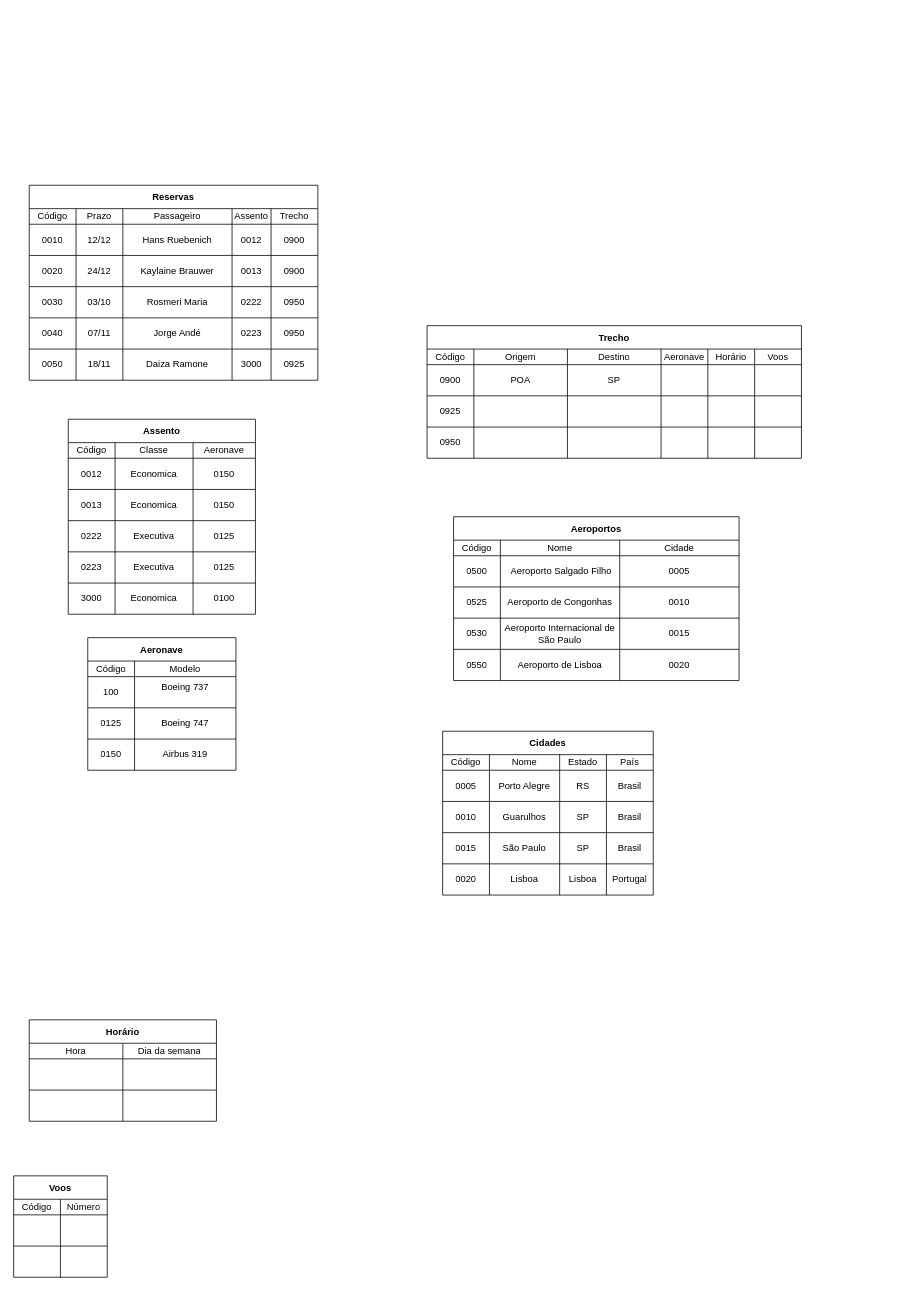
HansRafael/projects keeps this draw.io diagram as Facul/AlgebraLinear.drawio. Above is the earlier version. Source tidied: cells renumbered, new cells numbered last; positions are measured from the earlier drawing's top-left corner, leaving out a move shared by most shapes. Both pictures are drawn from the tidied source at 78%, with x=0, y=0 at pixel (13, 185).
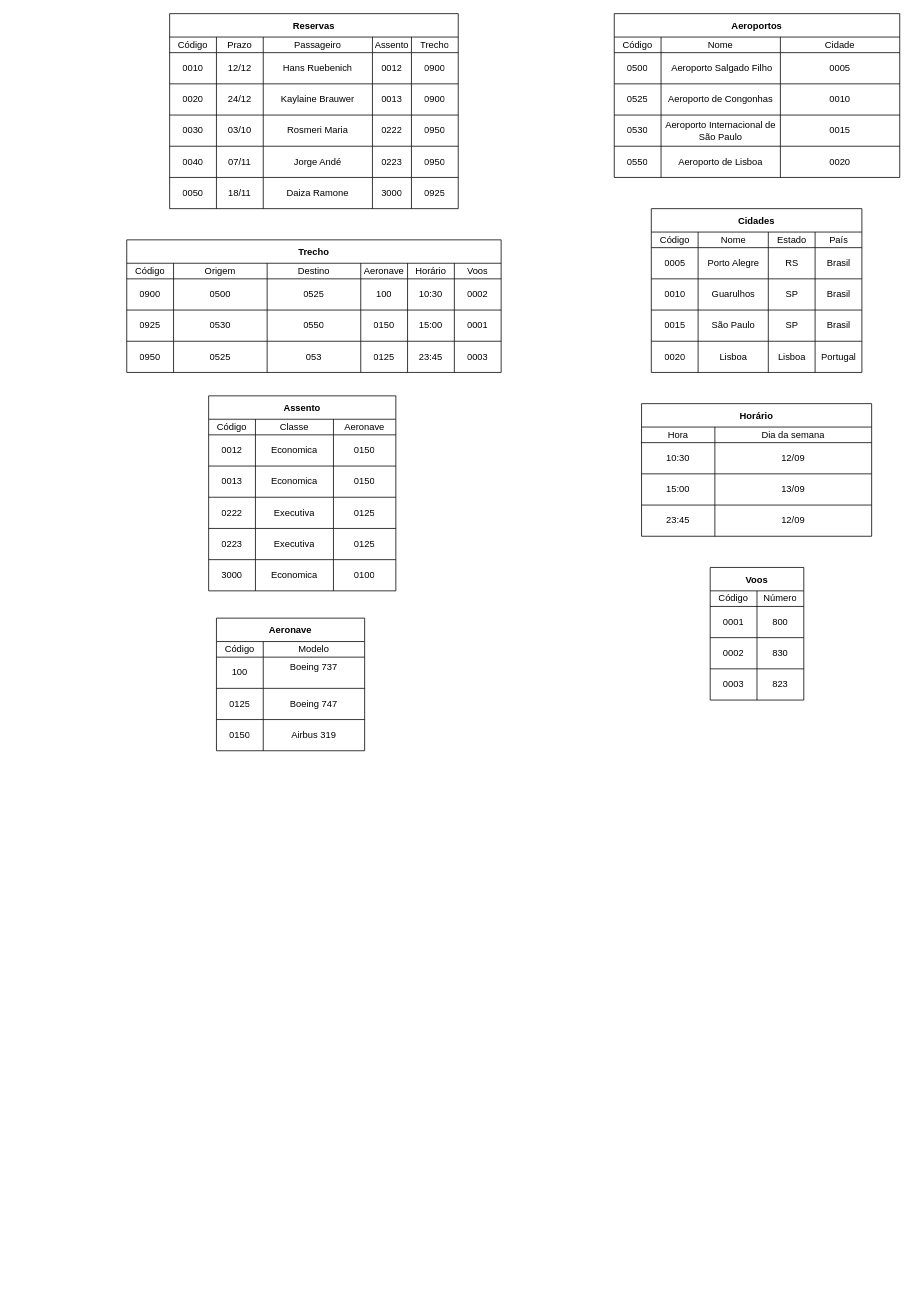
The same diagram, later.

Unchanged cells that the change refers to:
```xml
<mxCell id="56" style="shape=partialRectangle;html=1;whiteSpace=wrap;fillColor=none;top=0;left=0;bottom=0;right=0;" parent="47" vertex="1">
  <mxGeometry y="90" width="240" height="40" as="geometry" />
</mxCell>
<mxCell id="68" style="shape=partialRectangle;html=1;whiteSpace=wrap;fillColor=none;top=0;left=0;bottom=0;right=0;" parent="47" vertex="1">
  <mxGeometry y="210" width="240" height="40" as="geometry" />
</mxCell>
<mxCell id="93" style="shape=partialRectangle;html=1;whiteSpace=wrap;fillColor=none;top=0;left=0;bottom=0;right=0;" parent="85" vertex="1">
  <mxGeometry y="50" width="480" height="40" as="geometry" />
</mxCell>
<mxCell id="100" style="shape=partialRectangle;html=1;whiteSpace=wrap;fillColor=none;top=0;left=0;bottom=0;right=0;" parent="85" vertex="1">
  <mxGeometry y="90" width="480" height="40" as="geometry" />
</mxCell>
<mxCell id="107" style="shape=partialRectangle;html=1;whiteSpace=wrap;fillColor=none;top=0;left=0;bottom=0;right=0;" parent="85" vertex="1">
  <mxGeometry y="130" width="480" height="40" as="geometry" />
</mxCell>
<mxCell id="175" style="shape=partialRectangle;html=1;whiteSpace=wrap;fillColor=none;top=0;left=0;bottom=0;right=0;" parent="171" vertex="1">
  <mxGeometry y="50" width="120" height="40" as="geometry" />
</mxCell>
<mxCell id="178" style="shape=partialRectangle;html=1;whiteSpace=wrap;fillColor=none;top=0;left=0;bottom=0;right=0;" parent="171" vertex="1">
  <mxGeometry y="90" width="120" height="40" as="geometry" />
</mxCell>
```

What changed in the source:
```diff
@@
     <mxCell id="2" value="Reservas" style="shape=table;startSize=30;childLayout=tableLayout;fontStyle=1;align=center;" parent="1" vertex="1">
-      <mxGeometry x="20" width="370" height="250" as="geometry" />
+      <mxGeometry x="200" y="-220" width="370" height="250" as="geometry" />
     </mxCell>
@@
     <mxCell id="47" value="Assento" style="shape=table;startSize=30;childLayout=tableLayout;fontStyle=1;align=center;" parent="1" vertex="1">
-      <mxGeometry x="70" y="300" width="240" height="250" as="geometry" />
+      <mxGeometry x="250" y="270" width="240" height="250" as="geometry" />
     </mxCell>
@@
-    <mxCell id="58" style="shape=partialRectangle;html=1;whiteSpace=wrap;fillColor=none;top=0;left=0;bottom=0;right=0;overflow=hidden;" parent="56" vertex="1">
+    <mxCell id="58" value="Economica" style="shape=partialRectangle;html=1;whiteSpace=wrap;fillColor=none;top=0;left=0;bottom=0;right=0;overflow=hidden;" parent="56" vertex="1">
       <mxGeometry x="60" width="100" height="40" as="geometry" />
     </mxCell>
@@
-    <mxCell id="70" style="shape=partialRectangle;html=1;whiteSpace=wrap;fillColor=none;top=0;left=0;bottom=0;right=0;overflow=hidden;" parent="68" vertex="1">
+    <mxCell id="70" value="Economica" style="shape=partialRectangle;html=1;whiteSpace=wrap;fillColor=none;top=0;left=0;bottom=0;right=0;overflow=hidden;" parent="68" vertex="1">
       <mxGeometry x="60" width="100" height="40" as="geometry" />
     </mxCell>
@@
     <mxCell id="72" value="Aeronave" style="shape=table;startSize=30;childLayout=tableLayout;fontStyle=1;align=center;" parent="1" vertex="1">
-      <mxGeometry x="95" y="580" width="190" height="170" as="geometry" />
+      <mxGeometry x="260" y="555" width="190" height="170" as="geometry" />
     </mxCell>
@@
     <mxCell id="85" value="Trecho" style="shape=table;startSize=30;childLayout=tableLayout;fontStyle=1;align=center;" parent="1" vertex="1">
-      <mxGeometry x="530" y="180" width="480" height="170" as="geometry" />
+      <mxGeometry x="145" y="70" width="480" height="170" as="geometry" />
     </mxCell>
@@
-    <mxCell id="95" value="POA" style="shape=partialRectangle;html=1;whiteSpace=wrap;fillColor=none;top=0;left=0;bottom=0;right=0;overflow=hidden;" parent="93" vertex="1">
+    <mxCell id="95" value="0500" style="shape=partialRectangle;html=1;whiteSpace=wrap;fillColor=none;top=0;left=0;bottom=0;right=0;overflow=hidden;" parent="93" vertex="1">
       <mxGeometry x="60" width="120" height="40" as="geometry" />
     </mxCell>
-    <mxCell id="96" value="SP" style="shape=partialRectangle;html=1;whiteSpace=wrap;fillColor=none;top=0;left=0;bottom=0;right=0;overflow=hidden;" parent="93" vertex="1">
+    <mxCell id="96" value="0525" style="shape=partialRectangle;html=1;whiteSpace=wrap;fillColor=none;top=0;left=0;bottom=0;right=0;overflow=hidden;" parent="93" vertex="1">
       <mxGeometry x="180" width="120" height="40" as="geometry" />
     </mxCell>
-    <mxCell id="97" style="shape=partialRectangle;html=1;whiteSpace=wrap;fillColor=none;top=0;left=0;bottom=0;right=0;overflow=hidden;" parent="93" vertex="1">
+    <mxCell id="97" value="100" style="shape=partialRectangle;html=1;whiteSpace=wrap;fillColor=none;top=0;left=0;bottom=0;right=0;overflow=hidden;" parent="93" vertex="1">
       <mxGeometry x="300" width="60" height="40" as="geometry" />
     </mxCell>
-    <mxCell id="98" style="shape=partialRectangle;html=1;whiteSpace=wrap;fillColor=none;top=0;left=0;bottom=0;right=0;overflow=hidden;" parent="93" vertex="1">
+    <mxCell id="98" value="10:30" style="shape=partialRectangle;html=1;whiteSpace=wrap;fillColor=none;top=0;left=0;bottom=0;right=0;overflow=hidden;" parent="93" vertex="1">
       <mxGeometry x="360" width="60" height="40" as="geometry" />
     </mxCell>
-    <mxCell id="99" style="shape=partialRectangle;html=1;whiteSpace=wrap;fillColor=none;top=0;left=0;bottom=0;right=0;overflow=hidden;" parent="93" vertex="1">
+    <mxCell id="99" value="0002" style="shape=partialRectangle;html=1;whiteSpace=wrap;fillColor=none;top=0;left=0;bottom=0;right=0;overflow=hidden;" parent="93" vertex="1">
       <mxGeometry x="420" width="60" height="40" as="geometry" />
     </mxCell>
@@
-    <mxCell id="102" style="shape=partialRectangle;html=1;whiteSpace=wrap;fillColor=none;top=0;left=0;bottom=0;right=0;overflow=hidden;" parent="100" vertex="1">
+    <mxCell id="102" value="0530" style="shape=partialRectangle;html=1;whiteSpace=wrap;fillColor=none;top=0;left=0;bottom=0;right=0;overflow=hidden;" parent="100" vertex="1">
       <mxGeometry x="60" width="120" height="40" as="geometry" />
     </mxCell>
-    <mxCell id="103" style="shape=partialRectangle;html=1;whiteSpace=wrap;fillColor=none;top=0;left=0;bottom=0;right=0;overflow=hidden;" parent="100" vertex="1">
+    <mxCell id="103" value="0550" style="shape=partialRectangle;html=1;whiteSpace=wrap;fillColor=none;top=0;left=0;bottom=0;right=0;overflow=hidden;" parent="100" vertex="1">
       <mxGeometry x="180" width="120" height="40" as="geometry" />
     </mxCell>
-    <mxCell id="104" style="shape=partialRectangle;html=1;whiteSpace=wrap;fillColor=none;top=0;left=0;bottom=0;right=0;overflow=hidden;" parent="100" vertex="1">
+    <mxCell id="104" value="0150" style="shape=partialRectangle;html=1;whiteSpace=wrap;fillColor=none;top=0;left=0;bottom=0;right=0;overflow=hidden;" parent="100" vertex="1">
       <mxGeometry x="300" width="60" height="40" as="geometry" />
     </mxCell>
-    <mxCell id="105" style="shape=partialRectangle;html=1;whiteSpace=wrap;fillColor=none;top=0;left=0;bottom=0;right=0;overflow=hidden;" parent="100" vertex="1">
+    <mxCell id="105" value="15:00" style="shape=partialRectangle;html=1;whiteSpace=wrap;fillColor=none;top=0;left=0;bottom=0;right=0;overflow=hidden;" parent="100" vertex="1">
       <mxGeometry x="360" width="60" height="40" as="geometry" />
     </mxCell>
-    <mxCell id="106" style="shape=partialRectangle;html=1;whiteSpace=wrap;fillColor=none;top=0;left=0;bottom=0;right=0;overflow=hidden;" parent="100" vertex="1">
+    <mxCell id="106" value="0001" style="shape=partialRectangle;html=1;whiteSpace=wrap;fillColor=none;top=0;left=0;bottom=0;right=0;overflow=hidden;" parent="100" vertex="1">
       <mxGeometry x="420" width="60" height="40" as="geometry" />
     </mxCell>
@@
-    <mxCell id="109" style="shape=partialRectangle;html=1;whiteSpace=wrap;fillColor=none;top=0;left=0;bottom=0;right=0;overflow=hidden;" parent="107" vertex="1">
+    <mxCell id="109" value="0525" style="shape=partialRectangle;html=1;whiteSpace=wrap;fillColor=none;top=0;left=0;bottom=0;right=0;overflow=hidden;" parent="107" vertex="1">
       <mxGeometry x="60" width="120" height="40" as="geometry" />
     </mxCell>
-    <mxCell id="110" style="shape=partialRectangle;html=1;whiteSpace=wrap;fillColor=none;top=0;left=0;bottom=0;right=0;overflow=hidden;" parent="107" vertex="1">
+    <mxCell id="110" value="053" style="shape=partialRectangle;html=1;whiteSpace=wrap;fillColor=none;top=0;left=0;bottom=0;right=0;overflow=hidden;" parent="107" vertex="1">
       <mxGeometry x="180" width="120" height="40" as="geometry" />
     </mxCell>
-    <mxCell id="111" style="shape=partialRectangle;html=1;whiteSpace=wrap;fillColor=none;top=0;left=0;bottom=0;right=0;overflow=hidden;" parent="107" vertex="1">
+    <mxCell id="111" value="0125" style="shape=partialRectangle;html=1;whiteSpace=wrap;fillColor=none;top=0;left=0;bottom=0;right=0;overflow=hidden;" parent="107" vertex="1">
       <mxGeometry x="300" width="60" height="40" as="geometry" />
     </mxCell>
-    <mxCell id="112" style="shape=partialRectangle;html=1;whiteSpace=wrap;fillColor=none;top=0;left=0;bottom=0;right=0;overflow=hidden;" parent="107" vertex="1">
+    <mxCell id="112" value="23:45" style="shape=partialRectangle;html=1;whiteSpace=wrap;fillColor=none;top=0;left=0;bottom=0;right=0;overflow=hidden;" parent="107" vertex="1">
       <mxGeometry x="360" width="60" height="40" as="geometry" />
     </mxCell>
-    <mxCell id="113" style="shape=partialRectangle;html=1;whiteSpace=wrap;fillColor=none;top=0;left=0;bottom=0;right=0;overflow=hidden;" parent="107" vertex="1">
+    <mxCell id="113" value="0003" style="shape=partialRectangle;html=1;whiteSpace=wrap;fillColor=none;top=0;left=0;bottom=0;right=0;overflow=hidden;" parent="107" vertex="1">
       <mxGeometry x="420" width="60" height="40" as="geometry" />
     </mxCell>
     <mxCell id="114" value="Cidades" style="shape=table;startSize=30;childLayout=tableLayout;fontStyle=1;align=center;" parent="1" vertex="1">
-      <mxGeometry x="550" y="700" width="270" height="210" as="geometry" />
+      <mxGeometry x="817.5" y="30" width="270" height="210" as="geometry" />
     </mxCell>
@@
     <mxCell id="140" value="Aeroportos" style="shape=table;startSize=30;childLayout=tableLayout;fontStyle=1;align=center;" parent="1" vertex="1">
-      <mxGeometry x="564" y="425" width="366" height="210" as="geometry" />
+      <mxGeometry x="770" y="-220" width="366" height="210" as="geometry" />
     </mxCell>
@@
     <mxCell id="161" value="Horário" style="shape=table;startSize=30;childLayout=tableLayout;fontStyle=1;align=center;" parent="1" vertex="1">
-      <mxGeometry x="20" y="1070" width="240" height="130" as="geometry" />
+      <mxGeometry x="805" y="280" width="295" height="170" as="geometry" />
     </mxCell>
     <mxCell id="162" style="shape=partialRectangle;html=1;whiteSpace=wrap;fillColor=none;top=0;left=0;bottom=0;right=0;" parent="161" vertex="1">
-      <mxGeometry y="30" width="240" height="20" as="geometry" />
+      <mxGeometry y="30" width="295" height="20" as="geometry" />
     </mxCell>
     <mxCell id="163" value="Hora" style="shape=partialRectangle;html=1;whiteSpace=wrap;fillColor=none;top=0;left=0;bottom=0;right=0;overflow=hidden;" parent="162" vertex="1">
-      <mxGeometry width="120" height="20" as="geometry" />
+      <mxGeometry width="94" height="20" as="geometry" />
     </mxCell>
     <mxCell id="164" value="Dia da semana" style="shape=partialRectangle;html=1;whiteSpace=wrap;fillColor=none;top=0;left=0;bottom=0;right=0;overflow=hidden;" parent="162" vertex="1">
-      <mxGeometry x="120" width="120" height="20" as="geometry" />
+      <mxGeometry x="94" width="201" height="20" as="geometry" />
     </mxCell>
     <mxCell id="165" style="shape=partialRectangle;html=1;whiteSpace=wrap;fillColor=none;top=0;left=0;bottom=0;right=0;" parent="161" vertex="1">
-      <mxGeometry y="50" width="240" height="40" as="geometry" />
+      <mxGeometry y="50" width="295" height="40" as="geometry" />
     </mxCell>
-    <mxCell id="166" style="shape=partialRectangle;html=1;whiteSpace=wrap;fillColor=none;top=0;left=0;bottom=0;right=0;overflow=hidden;" parent="165" vertex="1">
-      <mxGeometry width="120" height="40" as="geometry" />
+    <mxCell id="166" value="10:30" style="shape=partialRectangle;html=1;whiteSpace=wrap;fillColor=none;top=0;left=0;bottom=0;right=0;overflow=hidden;" parent="165" vertex="1">
+      <mxGeometry width="94" height="40" as="geometry" />
     </mxCell>
-    <mxCell id="167" style="shape=partialRectangle;html=1;whiteSpace=wrap;fillColor=none;top=0;left=0;bottom=0;right=0;overflow=hidden;" parent="165" vertex="1">
-      <mxGeometry x="120" width="120" height="40" as="geometry" />
+    <mxCell id="167" value="12/09" style="shape=partialRectangle;html=1;whiteSpace=wrap;fillColor=none;top=0;left=0;bottom=0;right=0;overflow=hidden;" parent="165" vertex="1">
+      <mxGeometry x="94" width="201" height="40" as="geometry" />
     </mxCell>
     <mxCell id="168" style="shape=partialRectangle;html=1;whiteSpace=wrap;fillColor=none;top=0;left=0;bottom=0;right=0;" parent="161" vertex="1">
-      <mxGeometry y="90" width="240" height="40" as="geometry" />
+      <mxGeometry y="90" width="295" height="40" as="geometry" />
     </mxCell>
-    <mxCell id="169" style="shape=partialRectangle;html=1;whiteSpace=wrap;fillColor=none;top=0;left=0;bottom=0;right=0;overflow=hidden;" parent="168" vertex="1">
-      <mxGeometry width="120" height="40" as="geometry" />
+    <mxCell id="169" value="15:00" style="shape=partialRectangle;html=1;whiteSpace=wrap;fillColor=none;top=0;left=0;bottom=0;right=0;overflow=hidden;" parent="168" vertex="1">
+      <mxGeometry width="94" height="40" as="geometry" />
     </mxCell>
-    <mxCell id="170" style="shape=partialRectangle;html=1;whiteSpace=wrap;fillColor=none;top=0;left=0;bottom=0;right=0;overflow=hidden;" parent="168" vertex="1">
-      <mxGeometry x="120" width="120" height="40" as="geometry" />
+    <mxCell id="170" value="13/09" style="shape=partialRectangle;html=1;whiteSpace=wrap;fillColor=none;top=0;left=0;bottom=0;right=0;overflow=hidden;" parent="168" vertex="1">
+      <mxGeometry x="94" width="201" height="40" as="geometry" />
     </mxCell>
+    <mxCell id="183" style="shape=partialRectangle;html=1;whiteSpace=wrap;fillColor=none;top=0;left=0;bottom=0;right=0;" parent="161" vertex="1">
+      <mxGeometry y="130" width="295" height="40" as="geometry" />
+    </mxCell>
+    <mxCell id="184" value="23:45" style="shape=partialRectangle;html=1;whiteSpace=wrap;fillColor=none;top=0;left=0;bottom=0;right=0;overflow=hidden;" parent="183" vertex="1">
+      <mxGeometry width="94" height="40" as="geometry" />
+    </mxCell>
+    <mxCell id="185" value="12/09" style="shape=partialRectangle;html=1;whiteSpace=wrap;fillColor=none;top=0;left=0;bottom=0;right=0;overflow=hidden;" parent="183" vertex="1">
+      <mxGeometry x="94" width="201" height="40" as="geometry" />
+    </mxCell>
     <mxCell id="171" value="Voos" style="shape=table;startSize=30;childLayout=tableLayout;fontStyle=1;align=center;" parent="1" vertex="1">
-      <mxGeometry y="1270" width="120" height="130" as="geometry" />
+      <mxGeometry x="893" y="490" width="120" height="170" as="geometry" />
     </mxCell>
@@
-    <mxCell id="176" style="shape=partialRectangle;html=1;whiteSpace=wrap;fillColor=none;top=0;left=0;bottom=0;right=0;overflow=hidden;" parent="175" vertex="1">
+    <mxCell id="176" value="0001" style="shape=partialRectangle;html=1;whiteSpace=wrap;fillColor=none;top=0;left=0;bottom=0;right=0;overflow=hidden;" parent="175" vertex="1">
       <mxGeometry width="60" height="40" as="geometry" />
     </mxCell>
-    <mxCell id="177" style="shape=partialRectangle;html=1;whiteSpace=wrap;fillColor=none;top=0;left=0;bottom=0;right=0;overflow=hidden;" parent="175" vertex="1">
+    <mxCell id="177" value="800" style="shape=partialRectangle;html=1;whiteSpace=wrap;fillColor=none;top=0;left=0;bottom=0;right=0;overflow=hidden;" parent="175" vertex="1">
       <mxGeometry x="60" width="60" height="40" as="geometry" />
     </mxCell>
@@
-    <mxCell id="179" style="shape=partialRectangle;html=1;whiteSpace=wrap;fillColor=none;top=0;left=0;bottom=0;right=0;overflow=hidden;" parent="178" vertex="1">
+    <mxCell id="179" value="0002" style="shape=partialRectangle;html=1;whiteSpace=wrap;fillColor=none;top=0;left=0;bottom=0;right=0;overflow=hidden;" parent="178" vertex="1">
       <mxGeometry width="60" height="40" as="geometry" />
     </mxCell>
-    <mxCell id="180" style="shape=partialRectangle;html=1;whiteSpace=wrap;fillColor=none;top=0;left=0;bottom=0;right=0;overflow=hidden;" parent="178" vertex="1">
+    <mxCell id="180" value="830" style="shape=partialRectangle;html=1;whiteSpace=wrap;fillColor=none;top=0;left=0;bottom=0;right=0;overflow=hidden;" parent="178" vertex="1">
       <mxGeometry x="60" width="60" height="40" as="geometry" />
     </mxCell>
-    <mxCell id="181" value="Economica" style="shape=partialRectangle;html=1;whiteSpace=wrap;fillColor=none;top=0;left=0;bottom=0;right=0;overflow=hidden;" parent="1" vertex="1">
-      <mxGeometry x="130" y="390" width="100" height="40" as="geometry" />
-    </mxCell>
-    <mxCell id="182" value="Economica" style="shape=partialRectangle;html=1;whiteSpace=wrap;fillColor=none;top=0;left=0;bottom=0;right=0;overflow=hidden;" parent="1" vertex="1">
-      <mxGeometry x="130" y="510" width="100" height="40" as="geometry" />
-    </mxCell>
+    <mxCell id="186" style="shape=partialRectangle;html=1;whiteSpace=wrap;fillColor=none;top=0;left=0;bottom=0;right=0;" parent="171" vertex="1">
+      <mxGeometry y="130" width="120" height="40" as="geometry" />
+    </mxCell>
+    <mxCell id="187" value="0003" style="shape=partialRectangle;html=1;whiteSpace=wrap;fillColor=none;top=0;left=0;bottom=0;right=0;overflow=hidden;" parent="186" vertex="1">
+      <mxGeometry width="60" height="40" as="geometry" />
+    </mxCell>
+    <mxCell id="188" value="823" style="shape=partialRectangle;html=1;whiteSpace=wrap;fillColor=none;top=0;left=0;bottom=0;right=0;overflow=hidden;" parent="186" vertex="1">
+      <mxGeometry x="60" width="60" height="40" as="geometry" />
+    </mxCell>
```
